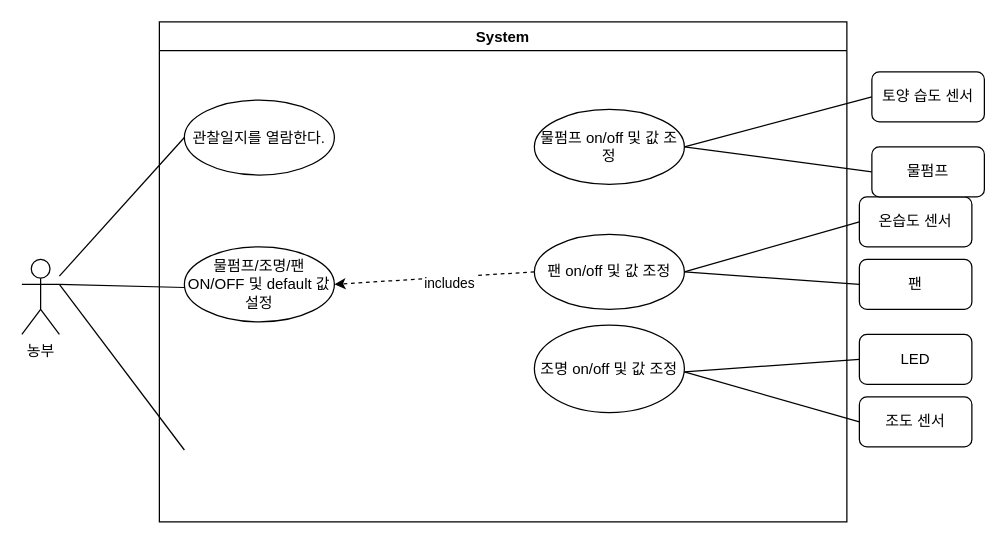
Before: 4주차/유스케이스.drawio in sonmyungwon/Software-Development, a draw.io diagram. Source tidied: cells renumbered, new cells numbered last; positions are measured from the earlier drawing's top-left corner, leaving out a move shared by most shapes. Both pictures are drawn from the tidied source at 125%, with x=0, y=0 at pixel (21, 21).
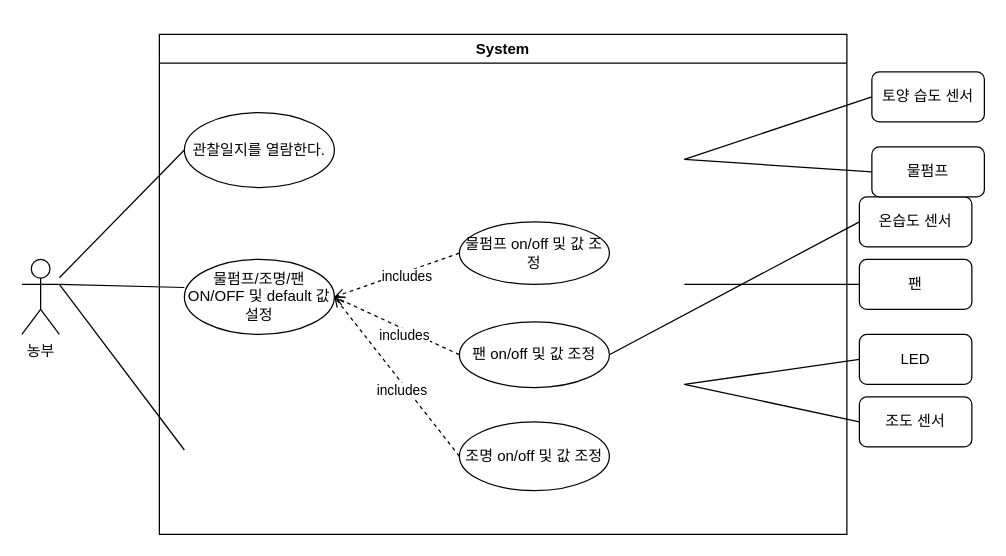
After the change.

Commit message (it also covers changes not shown here):
유스케이스.drawio 업데이트

Unchanged cells that the change refers to:
```xml
<mxCell id="12" value="물펌프/조명/팬 ON/OFF 및 default 값 설정" style="ellipse;whiteSpace=wrap;html=1;" parent="7" vertex="1">
  <mxGeometry x="20" y="180" width="120" height="60" as="geometry" />
</mxCell>
```

Diff of the diagram source:
```diff
@@
     <mxCell id="7" value="System" style="swimlane;" parent="1" vertex="1">
-      <mxGeometry x="110" width="550" height="400" as="geometry" />
+      <mxGeometry x="110" y="10" width="550" height="400" as="geometry" />
     </mxCell>
@@
     <mxCell id="9" value="물펌프 on/off 및 값 조정" style="ellipse;whiteSpace=wrap;html=1;" parent="7" vertex="1">
-      <mxGeometry x="300" y="70" width="120" height="60" as="geometry" />
+      <mxGeometry x="240" y="150" width="120" height="50" as="geometry" />
     </mxCell>
     <mxCell id="10" value="조명 on/off 및 값 조정" style="ellipse;whiteSpace=wrap;html=1;" parent="7" vertex="1">
-      <mxGeometry x="300" y="242.5" width="120" height="70" as="geometry" />
+      <mxGeometry x="240" y="310" width="120" height="55" as="geometry" />
     </mxCell>
     <mxCell id="11" value="팬 on/off 및 값 조정" style="ellipse;whiteSpace=wrap;html=1;" parent="7" vertex="1">
-      <mxGeometry x="300" y="170" width="120" height="60" as="geometry" />
+      <mxGeometry x="240" y="230" width="120" height="52.5" as="geometry" />
     </mxCell>
@@
-    <mxCell id="18" style="endArrow=classic;dashed=1;html=1;rounded=0;entryX=1;entryY=0.5;entryDx=0;entryDy=0;endFill=1;exitX=0;exitY=0.5;exitDx=0;exitDy=0;" parent="7" edge="1" source="11" target="12">
+    <mxCell id="18" style="endArrow=open;dashed=1;html=1;rounded=0;entryX=1;entryY=0.5;entryDx=0;entryDy=0;endFill=0;exitX=0;exitY=0.5;exitDx=0;exitDy=0;" parent="7" edge="1" source="11" target="12">
       <mxGeometry relative="1" as="geometry" />
     </mxCell>
@@
+    <mxCell id="26" style="endArrow=open;dashed=1;html=1;rounded=0;entryX=1;entryY=0.5;entryDx=0;entryDy=0;endFill=0;exitX=0;exitY=0.5;exitDx=0;exitDy=0;" parent="7" edge="1" source="9" target="12">
+      <mxGeometry relative="1" as="geometry" />
+    </mxCell>
+    <mxCell id="27" value="includes" style="edgeLabel;html=1;align=center;verticalAlign=middle;" parent="26" vertex="1">
+      <mxGeometry x="-0.14" y="4" relative="1" as="geometry" />
+    </mxCell>
+    <mxCell id="28" style="endArrow=open;dashed=1;html=1;rounded=0;entryX=1;entryY=0.5;entryDx=0;entryDy=0;endFill=0;exitX=0;exitY=0.5;exitDx=0;exitDy=0;" parent="7" edge="1" source="10" target="12">
+      <mxGeometry relative="1" as="geometry" />
+    </mxCell>
+    <mxCell id="29" value="includes" style="edgeLabel;html=1;align=center;verticalAlign=middle;" parent="28" vertex="1">
+      <mxGeometry x="-0.14" y="4" relative="1" as="geometry" />
+    </mxCell>
```
